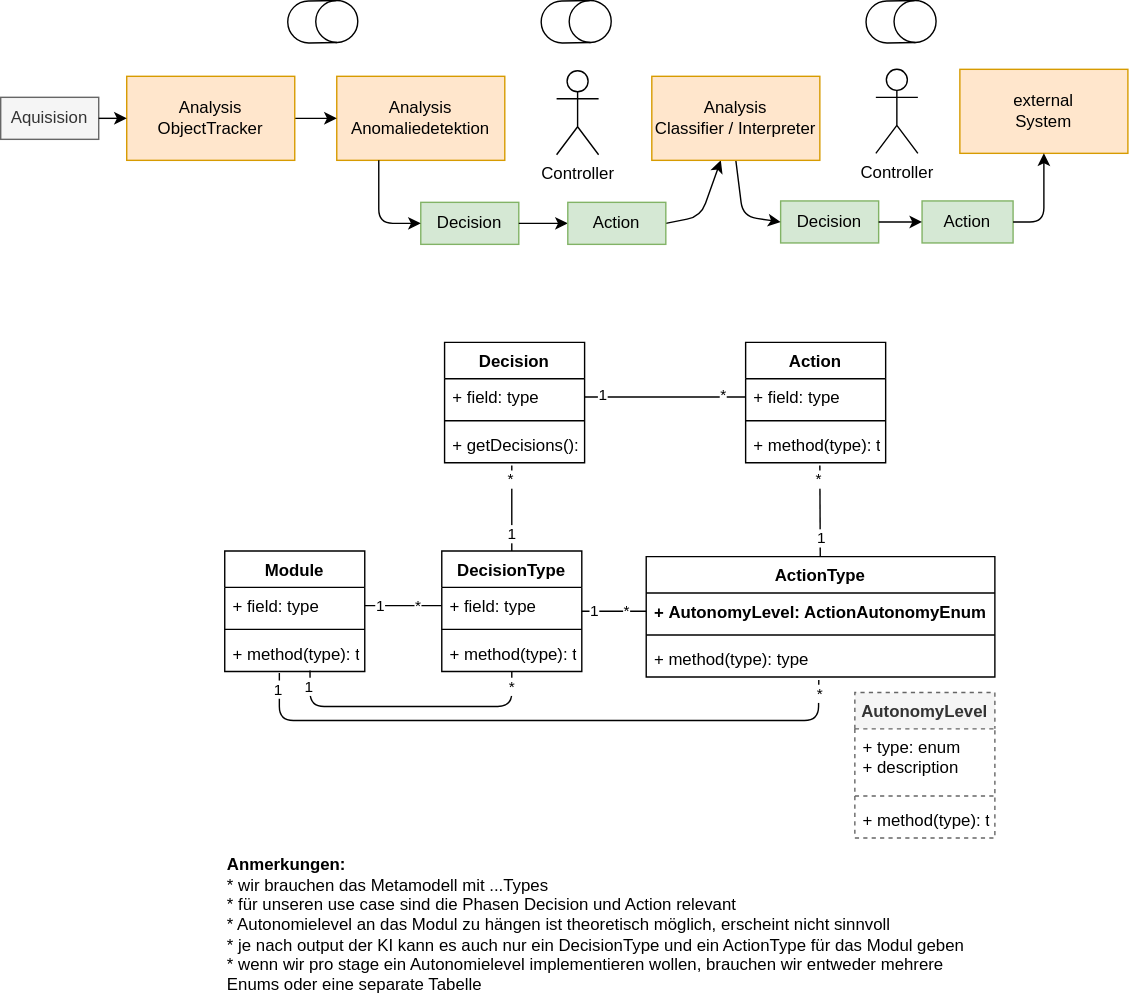
Earlier version of the draw.io export doc/autonomy-uml.drawio.svg (KI-Cockpit/ai-cockpit-api). Source tidied: cells renumbered, new cells last; positions are measured from the earlier drawing's top-left corner, leaving out a move shared by most shapes.
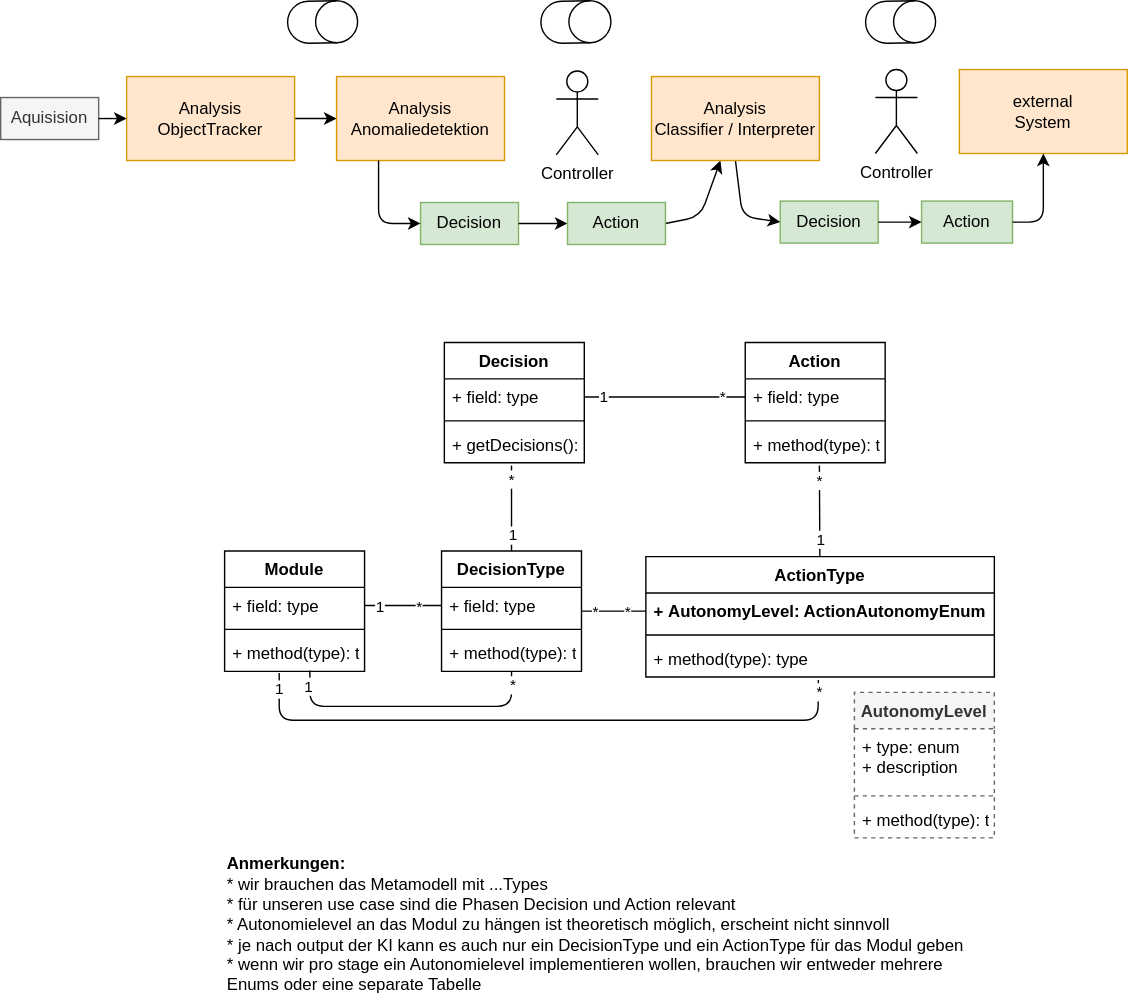
After the change.

What changed in the source:
```diff
@@ -38,7 +38,7 @@
     <mxCell id="13" value="*" style="edgeLabel;html=1;align=center;verticalAlign=middle;" parent="12" vertex="1">
       <mxGeometry x="0.39" relative="1" as="geometry" />
     </mxCell>
-    <mxCell id="14" value="1" style="edgeLabel;html=1;align=center;verticalAlign=middle;" parent="12" vertex="1">
+    <mxCell id="14" value="*" style="edgeLabel;html=1;align=center;verticalAlign=middle;" parent="12" vertex="1">
       <mxGeometry x="-0.62" relative="1" as="geometry" />
     </mxCell>
     <mxCell id="15" style="group;" parent="1" vertex="1">
```
